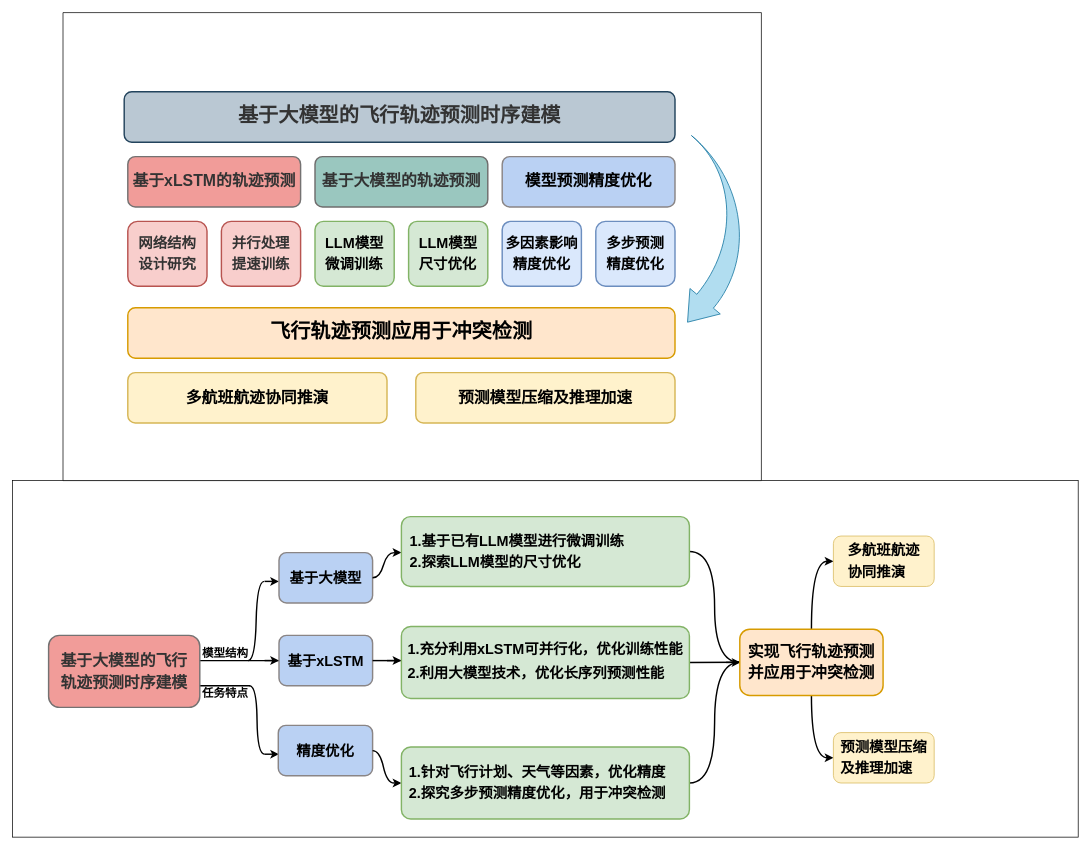
The draw.io diagram 未命名绘图.drawio in MMMayongtian/myDraw, before the edit. Source tidied: cells renumbered, new cells numbered last; positions are measured from the earlier drawing's top-left corner, leaving out a move shared by most shapes. Both pictures are drawn from the tidied source at 72%, with x=0, y=0 at pixel (12, 12).
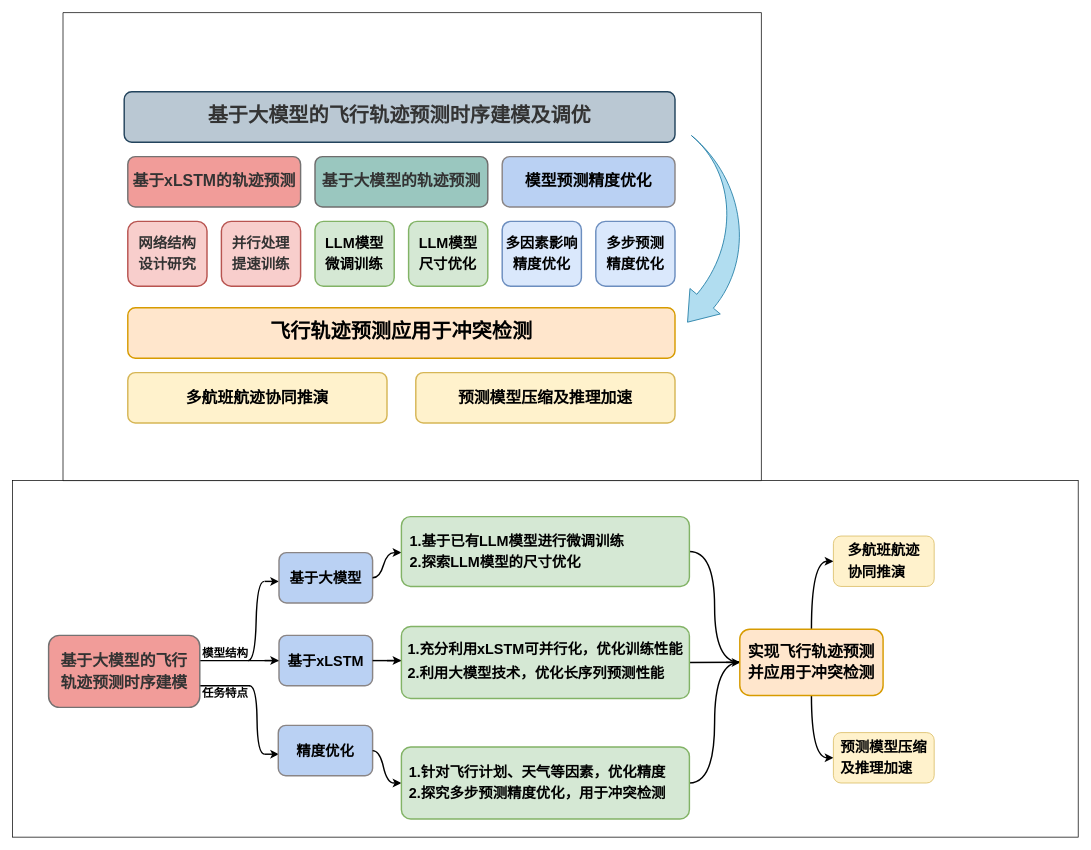
The same page after the edit.

Commit message:
更新未命名绘图.drawio

Change to the diagram source:
```diff
@@
-    <mxCell id="10" value="&lt;div style=&quot;font-size: medium; text-align: start;&quot;&gt;&lt;/div&gt;&lt;div style=&quot;text-align: start;&quot; class=&quot;document&quot;&gt;&lt;div style=&quot;&quot; class=&quot;section&quot;&gt;&lt;p style=&quot;margin: 0pt; text-align: justify; line-height: 22pt;&quot; class=&quot;paragraph text-align-type-justify&quot;&gt;&lt;span style=&quot;font-weight: bold; color: rgb(51, 51, 51); letter-spacing: 0pt; vertical-align: baseline;&quot;&gt;&lt;font face=&quot;Helvetica&quot; style=&quot;font-size: 28px;&quot;&gt;基于大模型的飞行轨迹预测时序建模&lt;/font&gt;&lt;/span&gt;&lt;/p&gt;&lt;/div&gt;&lt;/div&gt;" style="rounded=1;whiteSpace=wrap;html=1;fillColor=#bac8d3;strokeColor=#23445d;strokeWidth=2;" parent="1" vertex="1">
+    <mxCell id="10" value="&lt;div style=&quot;font-size: medium; text-align: start;&quot;&gt;&lt;/div&gt;&lt;div style=&quot;text-align: start;&quot; class=&quot;document&quot;&gt;&lt;div style=&quot;&quot; class=&quot;section&quot;&gt;&lt;p style=&quot;margin: 0pt; text-align: justify; line-height: 22pt;&quot; class=&quot;paragraph text-align-type-justify&quot;&gt;&lt;span style=&quot;font-weight: bold; color: rgb(51, 51, 51); letter-spacing: 0pt; vertical-align: baseline;&quot;&gt;&lt;font face=&quot;Helvetica&quot; style=&quot;font-size: 28px;&quot;&gt;基于大模型的飞行轨迹预测时序建模及调优&lt;/font&gt;&lt;/span&gt;&lt;/p&gt;&lt;/div&gt;&lt;/div&gt;" style="rounded=1;whiteSpace=wrap;html=1;fillColor=#bac8d3;strokeColor=#23445d;strokeWidth=2;" parent="1" vertex="1">
       <mxGeometry x="155" y="110" width="765" height="70" as="geometry" />
     </mxCell>
```
